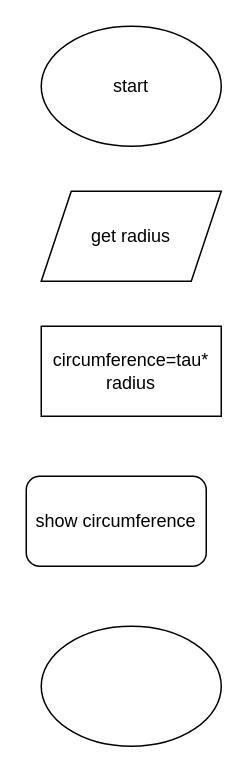
Earlier version of the draw.io diagram page "Page-2" (2 of 2) of design.drawio (aymen-alsammarraie/ICS3U-Unit2-03-python). Source tidied: cells renumbered, new cells numbered last; positions are measured from the earlier drawing's top-left corner, leaving out a move shared by most shapes. Both pictures are drawn from the tidied source at 150%, with x=0, y=0 at pixel (26, 26).
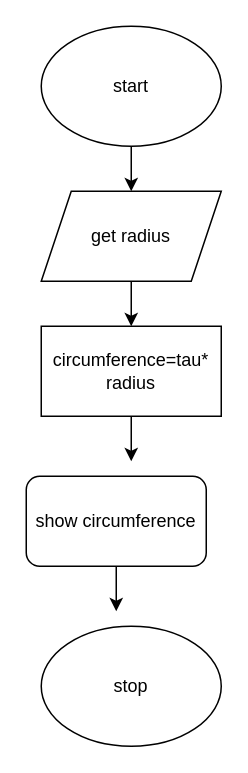
The same page after the edit.

Change to the diagram source:
```diff
@@
 <mxGraphModel>
   <root>
     <mxCell id="0" />
     <mxCell id="1" parent="0" />
+    <mxCell id="7" style="edgeStyle=none;html=1;" parent="1" edge="1" source="2" target="3">
+      <mxGeometry relative="1" as="geometry" />
+    </mxCell>
     <mxCell id="2" value="start" style="ellipse;whiteSpace=wrap;html=1;" parent="1" vertex="1">
       <mxGeometry x="10" width="120" height="80" as="geometry" />
     </mxCell>
+    <mxCell id="8" style="edgeStyle=none;html=1;entryX=0.5;entryY=0;entryDx=0;entryDy=0;" parent="1" edge="1" source="3" target="4">
+      <mxGeometry relative="1" as="geometry" />
+    </mxCell>
     <mxCell id="3" value="get radius" style="shape=parallelogram;perimeter=parallelogramPerimeter;whiteSpace=wrap;html=1;fixedSize=1;" parent="1" vertex="1">
       <mxGeometry x="10" y="110" width="120" height="60" as="geometry" />
     </mxCell>
+    <mxCell id="9" style="edgeStyle=none;html=1;" parent="1" edge="1" source="4">
+      <mxGeometry relative="1" as="geometry">
+        <mxPoint x="70" y="290" as="targetPoint" />
+      </mxGeometry>
+    </mxCell>
     <mxCell id="4" value="circumference=tau*&lt;br&gt;radius" style="rounded=0;whiteSpace=wrap;html=1;" parent="1" vertex="1">
       <mxGeometry x="10" y="200" width="120" height="60" as="geometry" />
     </mxCell>
+    <mxCell id="10" style="edgeStyle=none;html=1;" parent="1" edge="1" source="5">
+      <mxGeometry relative="1" as="geometry">
+        <mxPoint x="60" y="390" as="targetPoint" />
+      </mxGeometry>
+    </mxCell>
     <mxCell id="5" value="show circumference" style="rounded=1;whiteSpace=wrap;html=1;" parent="1" vertex="1">
       <mxGeometry y="300" width="120" height="60" as="geometry" />
     </mxCell>
-    <mxCell id="6" style="ellipse;whiteSpace=wrap;html=1;" parent="1" vertex="1">
+    <mxCell id="6" value="stop" style="ellipse;whiteSpace=wrap;html=1;" parent="1" vertex="1">
       <mxGeometry x="10" y="400" width="120" height="80" as="geometry" />
     </mxCell>
   </root>
 </mxGraphModel>
```
